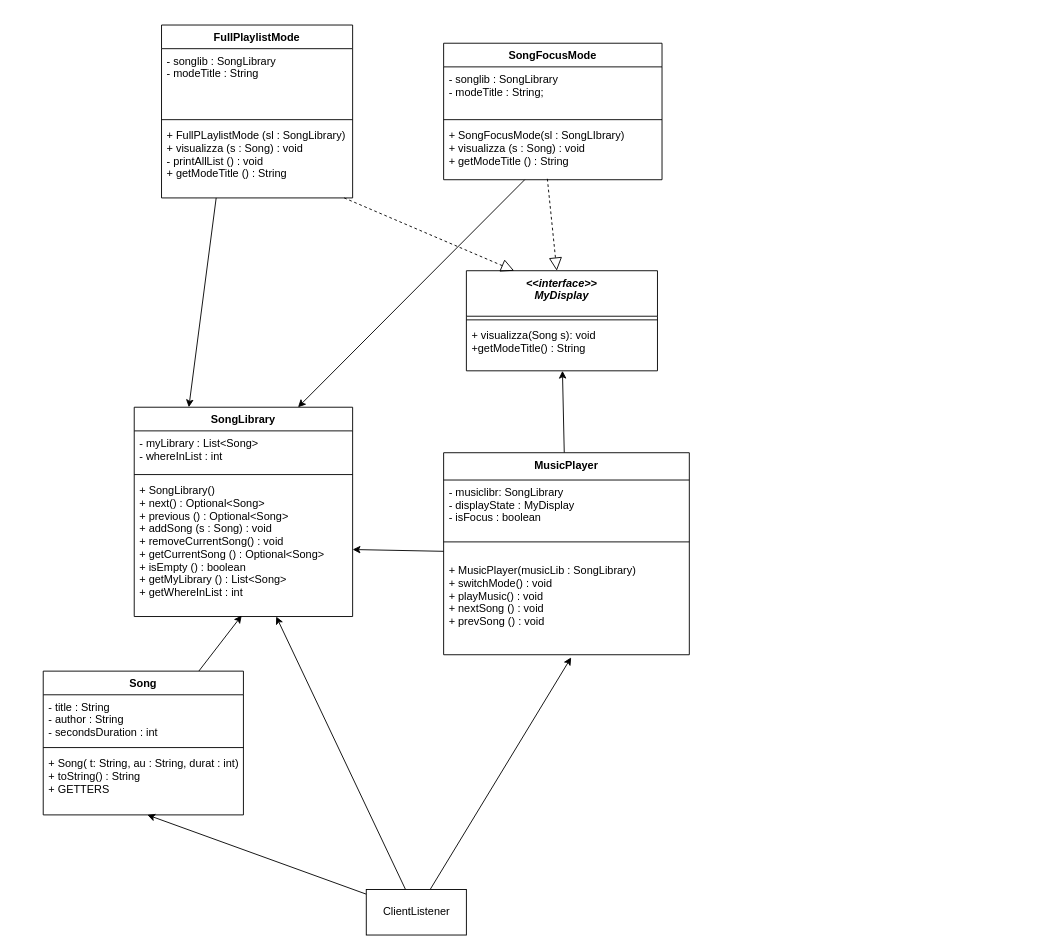
Before: MusicPlayer.drawio in belligerentcrow/MusicPlayerProject, a draw.io diagram. Source tidied: cells renumbered, new cells numbered last; positions are measured from the earlier drawing's top-left corner, leaving out a move shared by most shapes. Both pictures are drawn from the tidied source at 91%, with x=0, y=0 at pixel (43, 25).
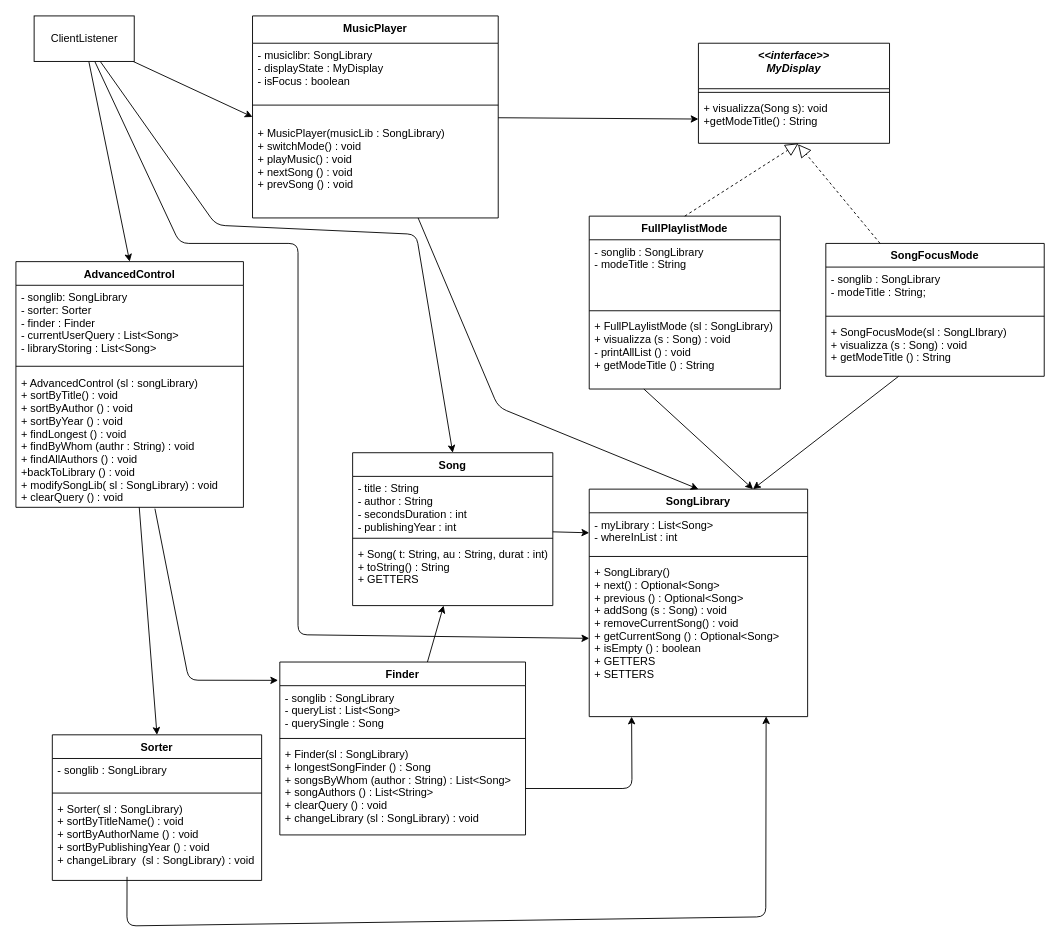
After the change.

Commit message (it also covers changes not shown here):
Update MusicPlayerProject UML

The change refers to these unchanged cells:
```xml
<mxCell id="4" value="+ visualizza(Song s): void&#10;+getModeTitle() : String" style="text;strokeColor=none;fillColor=none;align=left;verticalAlign=top;spacingLeft=4;spacingRight=4;overflow=hidden;points=[[0,0.5],[1,0.5]];portConstraint=eastwest;" parent="2" vertex="1">
  <mxGeometry y="58" width="210" height="52" as="geometry" />
</mxCell>
<mxCell id="6" value="- myLibrary : List&lt;Song&gt; &#10;- whereInList : int&#10;" style="text;strokeColor=none;fillColor=none;align=left;verticalAlign=top;spacingLeft=4;spacingRight=4;overflow=hidden;points=[[0,0.5],[1,0.5]];portConstraint=eastwest;" parent="5" vertex="1">
  <mxGeometry y="26" width="240" height="44" as="geometry" />
</mxCell>
<mxCell id="14" value="+ MusicPlayer(musicLib : SongLibrary)&#10;+ switchMode() : void&#10;+ playMusic() : void&#10;+ nextSong () : void&#10;+ prevSong () : void&#10;" style="text;strokeColor=none;fillColor=none;align=left;verticalAlign=top;spacingLeft=4;spacingRight=4;overflow=hidden;points=[[0,0.5],[1,0.5]];portConstraint=eastwest;" parent="11" vertex="1">
  <mxGeometry y="116" width="270" height="106" as="geometry" />
</mxCell>
<mxCell id="27" value="+ FullPLaylistMode (sl : SongLibrary) &#10;+ visualizza (s : Song) : void&#10;- printAllList () : void &#10;+ getModeTitle () : String" style="text;strokeColor=none;fillColor=none;align=left;verticalAlign=top;spacingLeft=4;spacingRight=4;overflow=hidden;points=[[0,0.5],[1,0.5]];portConstraint=eastwest;" parent="24" vertex="1">
  <mxGeometry y="108" width="210" height="82" as="geometry" />
</mxCell>
```

Diff of the diagram source:
```diff
@@
     <mxCell id="2" value="&lt;&lt;interface&gt;&gt;&#10;MyDisplay" style="swimlane;fontStyle=3;align=center;verticalAlign=top;horizontal=1;startSize=50;" parent="1" vertex="1">
-      <mxGeometry x="465" y="270" width="210" height="110" as="geometry" />
+      <mxGeometry x="720" y="20" width="210" height="110" as="geometry" />
     </mxCell>
@@
     <mxCell id="5" value="SongLibrary" style="swimlane;fontStyle=1;align=center;verticalAlign=top;horizontal=1;startSize=26;" parent="1" vertex="1">
-      <mxGeometry x="100" y="420" width="240" height="230" as="geometry" />
+      <mxGeometry x="600" y="510" width="240" height="250" as="geometry" />
     </mxCell>
@@
-    <mxCell id="8" value="+ SongLibrary()&#10;+ next() : Optional&lt;Song&gt;&#10;+ previous () : Optional&lt;Song&gt;&#10;+ addSong (s : Song) : void &#10;+ removeCurrentSong() : void &#10;+ getCurrentSong () : Optional&lt;Song&gt;&#10;+ isEmpty () : boolean&#10;+ getMyLibrary () : List&lt;Song&gt;&#10;+ getWhereInList : int" style="text;strokeColor=none;fillColor=none;align=left;verticalAlign=top;spacingLeft=4;spacingRight=4;overflow=hidden;points=[[0,0.5],[1,0.5]];portConstraint=eastwest;" parent="5" vertex="1">
-      <mxGeometry y="78" width="240" height="152" as="geometry" />
+    <mxCell id="8" value="+ SongLibrary()&#10;+ next() : Optional&lt;Song&gt;&#10;+ previous () : Optional&lt;Song&gt;&#10;+ addSong (s : Song) : void &#10;+ removeCurrentSong() : void &#10;+ getCurrentSong () : Optional&lt;Song&gt;&#10;+ isEmpty () : boolean&#10;+ GETTERS&#10;+ SETTERS" style="text;strokeColor=none;fillColor=none;align=left;verticalAlign=top;spacingLeft=4;spacingRight=4;overflow=hidden;points=[[0,0.5],[1,0.5]];portConstraint=eastwest;" parent="5" vertex="1">
+      <mxGeometry y="78" width="240" height="172" as="geometry" />
     </mxCell>
@@
-    <mxCell id="10" style="edgeStyle=none;html=1;" parent="1" edge="1" source="11" target="8">
-      <mxGeometry relative="1" as="geometry" />
+    <mxCell id="10" style="edgeStyle=none;html=1;entryX=0.5;entryY=0;entryDx=0;entryDy=0;" parent="1" edge="1" source="11" target="5">
+      <mxGeometry relative="1" as="geometry">
+        <Array as="points">
+          <mxPoint x="500" y="420" />
+        </Array>
+      </mxGeometry>
     </mxCell>
     <mxCell id="11" value="MusicPlayer" style="swimlane;fontStyle=1;align=center;verticalAlign=top;horizontal=1;startSize=30;" parent="1" vertex="1">
-      <mxGeometry x="440" y="470" width="270" height="222" as="geometry" />
+      <mxGeometry x="230" y="-10" width="270" height="222" as="geometry" />
     </mxCell>
@@
-    <mxCell id="15" style="edgeStyle=none;html=1;entryX=0.52;entryY=1;entryDx=0;entryDy=0;entryPerimeter=0;" parent="1" edge="1" source="18" target="23">
-      <mxGeometry relative="1" as="geometry" />
+    <mxCell id="15" style="edgeStyle=none;html=1;entryX=0.5;entryY=0;entryDx=0;entryDy=0;" parent="1" edge="1" source="18" target="20">
+      <mxGeometry relative="1" as="geometry">
+        <Array as="points">
+          <mxPoint x="190" y="220" />
+          <mxPoint x="410" y="230" />
+        </Array>
+      </mxGeometry>
     </mxCell>
-    <mxCell id="16" style="edgeStyle=none;html=1;entryX=0.519;entryY=1.028;entryDx=0;entryDy=0;entryPerimeter=0;" parent="1" edge="1" source="18" target="14">
+    <mxCell id="16" style="edgeStyle=none;html=1;entryX=0;entryY=0.5;entryDx=0;entryDy=0;" parent="1" edge="1" source="18" target="11">
       <mxGeometry relative="1" as="geometry" />
     </mxCell>
-    <mxCell id="17" style="edgeStyle=none;html=1;" parent="1" edge="1" source="18" target="8">
-      <mxGeometry relative="1" as="geometry" />
+    <mxCell id="17" style="edgeStyle=none;html=1;entryX=0;entryY=0.5;entryDx=0;entryDy=0;" parent="1" edge="1" source="18" target="8">
+      <mxGeometry relative="1" as="geometry">
+        <Array as="points">
+          <mxPoint x="150" y="240" />
+          <mxPoint x="280" y="240" />
+          <mxPoint x="280" y="670" />
+        </Array>
+      </mxGeometry>
     </mxCell>
+    <mxCell id="36" style="edgeStyle=none;html=1;entryX=0.5;entryY=0;entryDx=0;entryDy=0;" parent="1" edge="1" source="18" target="39">
+      <mxGeometry relative="1" as="geometry" />
+    </mxCell>
     <mxCell id="18" value="ClientListener" style="html=1;" parent="1" vertex="1">
-      <mxGeometry x="355" y="950" width="110" height="50" as="geometry" />
+      <mxGeometry x="-10" y="-10" width="110" height="50" as="geometry" />
     </mxCell>
-    <mxCell id="19" style="edgeStyle=none;html=1;entryX=0.492;entryY=0.993;entryDx=0;entryDy=0;entryPerimeter=0;" parent="1" edge="1" source="20" target="8">
+    <mxCell id="19" style="edgeStyle=none;html=1;entryX=0;entryY=0.5;entryDx=0;entryDy=0;" parent="1" edge="1" source="20" target="6">
       <mxGeometry relative="1" as="geometry" />
     </mxCell>
     <mxCell id="20" value="Song" style="swimlane;fontStyle=1;align=center;verticalAlign=top;horizontal=1;startSize=26;" parent="1" vertex="1">
-      <mxGeometry y="710" width="220" height="158" as="geometry" />
+      <mxGeometry x="340" y="470" width="220" height="168" as="geometry" />
     </mxCell>
-    <mxCell id="21" value="- title : String&#10;- author : String&#10;- secondsDuration : int" style="text;strokeColor=none;fillColor=none;align=left;verticalAlign=top;spacingLeft=4;spacingRight=4;overflow=hidden;" parent="20" vertex="1">
-      <mxGeometry y="26" width="220" height="54" as="geometry" />
+    <mxCell id="21" value="- title : String&#10;- author : String&#10;- secondsDuration : int&#10;- publishingYear : int" style="text;strokeColor=none;fillColor=none;align=left;verticalAlign=top;spacingLeft=4;spacingRight=4;overflow=hidden;" parent="20" vertex="1">
+      <mxGeometry y="26" width="220" height="64" as="geometry" />
     </mxCell>
     <mxCell id="22" style="line;strokeWidth=1;fillColor=none;align=left;verticalAlign=middle;spacingTop=-1;spacingLeft=3;spacingRight=3;labelPosition=right;strokeColor=inherit;" parent="20" vertex="1">
-      <mxGeometry y="80" width="220" height="8" as="geometry" />
+      <mxGeometry y="90" width="220" height="8" as="geometry" />
     </mxCell>
     <mxCell id="23" value="+ Song( t: String, au : String, durat : int)&#10;+ toString() : String&#10;+ GETTERS " style="text;strokeColor=none;fillColor=none;align=left;verticalAlign=top;spacingLeft=4;spacingRight=4;overflow=hidden;points=[[0,0.5],[1,0.5]];portConstraint=eastwest;" parent="20" vertex="1">
-      <mxGeometry y="88" width="220" height="70" as="geometry" />
+      <mxGeometry y="98" width="220" height="70" as="geometry" />
     </mxCell>
     <mxCell id="24" value="FullPlaylistMode" style="swimlane;fontStyle=1;align=center;verticalAlign=top;horizontal=1;startSize=26;" parent="1" vertex="1">
-      <mxGeometry x="130" width="210" height="190" as="geometry" />
+      <mxGeometry x="600" y="210" width="210" height="190" as="geometry" />
     </mxCell>
@@
     <mxCell id="28" value="SongFocusMode" style="swimlane;fontStyle=1;align=center;verticalAlign=top;horizontal=1;startSize=26;" parent="1" vertex="1">
-      <mxGeometry x="440" y="20" width="240" height="150" as="geometry" />
+      <mxGeometry x="860" y="240" width="240" height="146" as="geometry" />
     </mxCell>
     <mxCell id="29" value="- songlib : SongLibrary&#10;- modeTitle : String;&#10;" style="text;strokeColor=none;fillColor=none;align=left;verticalAlign=top;spacingLeft=4;spacingRight=4;overflow=hidden;" parent="28" vertex="1">
-      <mxGeometry y="26" width="240" height="54" as="geometry" />
+      <mxGeometry y="26" width="240" height="50" as="geometry" />
     </mxCell>
     <mxCell id="30" style="line;strokeWidth=1;fillColor=none;align=left;verticalAlign=middle;spacingTop=-1;spacingLeft=3;spacingRight=3;labelPosition=right;strokeColor=inherit;" parent="28" vertex="1">
-      <mxGeometry y="80" width="240" height="8" as="geometry" />
+      <mxGeometry y="76" width="240" height="8" as="geometry" />
     </mxCell>
     <mxCell id="31" value="+ SongFocusMode(sl : SongLIbrary)&#10;+ visualizza (s : Song) : void&#10;+ getModeTitle () : String " style="text;strokeColor=none;fillColor=none;align=left;verticalAlign=top;spacingLeft=4;spacingRight=4;overflow=hidden;points=[[0,0.5],[1,0.5]];portConstraint=eastwest;" parent="28" vertex="1">
-      <mxGeometry y="88" width="240" height="62" as="geometry" />
+      <mxGeometry y="84" width="240" height="62" as="geometry" />
     </mxCell>
-    <mxCell id="32" style="edgeStyle=none;html=1;entryX=0.25;entryY=0;entryDx=0;entryDy=0;exitX=0.286;exitY=1;exitDx=0;exitDy=0;exitPerimeter=0;" parent="1" edge="1" source="27" target="5">
+    <mxCell id="32" style="edgeStyle=none;html=1;entryX=0.75;entryY=0;entryDx=0;entryDy=0;exitX=0.286;exitY=1;exitDx=0;exitDy=0;exitPerimeter=0;" parent="1" edge="1" source="27" target="5">
       <mxGeometry relative="1" as="geometry" />
     </mxCell>
@@
-    <mxCell id="34" style="endArrow=block;dashed=1;endFill=0;endSize=12;html=1;exitX=0.475;exitY=0.984;exitDx=0;exitDy=0;exitPerimeter=0;" parent="1" edge="1" source="31" target="2">
+    <mxCell id="34" style="endArrow=block;dashed=1;endFill=0;endSize=12;html=1;entryX=0.521;entryY=1.018;entryDx=0;entryDy=0;entryPerimeter=0;" parent="1" edge="1" source="28" target="4">
       <mxGeometry relative="1" as="geometry" />
     </mxCell>
-    <mxCell id="35" style="endArrow=block;dashed=1;endFill=0;endSize=12;html=1;entryX=0.25;entryY=0;entryDx=0;entryDy=0;" parent="1" edge="1" source="27" target="2">
+    <mxCell id="35" style="endArrow=block;dashed=1;endFill=0;endSize=12;html=1;exitX=0.5;exitY=0;exitDx=0;exitDy=0;entryX=0.524;entryY=1;entryDx=0;entryDy=0;entryPerimeter=0;" parent="1" edge="1" source="24" target="4">
       <mxGeometry relative="1" as="geometry" />
     </mxCell>
+    <mxCell id="37" style="edgeStyle=none;html=1;entryX=0.5;entryY=0;entryDx=0;entryDy=0;" parent="1" edge="1" source="39" target="44">
+      <mxGeometry relative="1" as="geometry" />
+    </mxCell>
+    <mxCell id="38" style="edgeStyle=none;html=1;exitX=0.611;exitY=1.01;exitDx=0;exitDy=0;exitPerimeter=0;entryX=-0.007;entryY=0.106;entryDx=0;entryDy=0;entryPerimeter=0;" parent="1" edge="1" source="42" target="49">
+      <mxGeometry relative="1" as="geometry">
+        <Array as="points">
+          <mxPoint x="160" y="720" />
+        </Array>
+      </mxGeometry>
+    </mxCell>
+    <mxCell id="39" value="AdvancedControl" style="swimlane;fontStyle=1;align=center;verticalAlign=top;horizontal=1;startSize=26;" parent="1" vertex="1">
+      <mxGeometry x="-30" y="260" width="250" height="270" as="geometry" />
+    </mxCell>
+    <mxCell id="40" value="- songlib: SongLibrary&#10;- sorter: Sorter&#10;- finder : Finder&#10;- currentUserQuery : List&lt;Song&gt;&#10;- libraryStoring : List&lt;Song&gt;" style="text;strokeColor=none;fillColor=none;align=left;verticalAlign=top;spacingLeft=4;spacingRight=4;overflow=hidden;" parent="39" vertex="1">
+      <mxGeometry y="26" width="250" height="84" as="geometry" />
+    </mxCell>
+    <mxCell id="41" style="line;strokeWidth=1;fillColor=none;align=left;verticalAlign=middle;spacingTop=-1;spacingLeft=3;spacingRight=3;labelPosition=right;strokeColor=inherit;" parent="39" vertex="1">
+      <mxGeometry y="110" width="250" height="10" as="geometry" />
+    </mxCell>
+    <mxCell id="42" value="+ AdvancedControl (sl : songLibrary) &#10;+ sortByTitle() : void&#10;+ sortByAuthor () : void&#10;+ sortByYear () : void&#10;+ findLongest () : void&#10;+ findByWhom (authr : String) : void&#10;+ findAllAuthors () : void&#10;+backToLibrary () : void&#10;+ modifySongLib( sl : SongLibrary) : void&#10;+ clearQuery () : void&#10;" style="text;strokeColor=none;fillColor=none;align=left;verticalAlign=top;spacingLeft=4;spacingRight=4;overflow=hidden;points=[[0,0.5],[1,0.5]];portConstraint=eastwest;" parent="39" vertex="1">
+      <mxGeometry y="120" width="250" height="150" as="geometry" />
+    </mxCell>
+    <mxCell id="43" style="edgeStyle=none;html=1;exitX=0.357;exitY=0.957;exitDx=0;exitDy=0;exitPerimeter=0;entryX=0.81;entryY=0.998;entryDx=0;entryDy=0;entryPerimeter=0;" parent="1" edge="1" source="47" target="8">
+      <mxGeometry relative="1" as="geometry">
+        <Array as="points">
+          <mxPoint x="92" y="990" />
+          <mxPoint x="794" y="980" />
+        </Array>
+      </mxGeometry>
+    </mxCell>
+    <mxCell id="44" value="Sorter" style="swimlane;fontStyle=1;align=center;verticalAlign=top;horizontal=1;startSize=26;" parent="1" vertex="1">
+      <mxGeometry x="10" y="780" width="230" height="160" as="geometry" />
+    </mxCell>
+    <mxCell id="45" value="- songlib : SongLibrary&#10;" style="text;strokeColor=none;fillColor=none;align=left;verticalAlign=top;spacingLeft=4;spacingRight=4;overflow=hidden;" parent="44" vertex="1">
+      <mxGeometry y="26" width="230" height="34" as="geometry" />
+    </mxCell>
+    <mxCell id="46" style="line;strokeWidth=1;fillColor=none;align=left;verticalAlign=middle;spacingTop=-1;spacingLeft=3;spacingRight=3;labelPosition=right;strokeColor=inherit;" parent="44" vertex="1">
+      <mxGeometry y="60" width="230" height="8" as="geometry" />
+    </mxCell>
+    <mxCell id="47" value="+ Sorter( sl : SongLibrary) &#10;+ sortByTitleName() : void&#10;+ sortByAuthorName () : void&#10;+ sortByPublishingYear () : void&#10;+ changeLibrary  (sl : SongLibrary) : void" style="text;strokeColor=none;fillColor=none;align=left;verticalAlign=top;spacingLeft=4;spacingRight=4;overflow=hidden;points=[[0,0.5],[1,0.5]];portConstraint=eastwest;" parent="44" vertex="1">
+      <mxGeometry y="68" width="230" height="92" as="geometry" />
+    </mxCell>
+    <mxCell id="48" style="edgeStyle=none;html=1;" parent="1" edge="1" source="49" target="23">
+      <mxGeometry relative="1" as="geometry" />
+    </mxCell>
+    <mxCell id="49" value="Finder" style="swimlane;fontStyle=1;align=center;verticalAlign=top;horizontal=1;startSize=26;" parent="1" vertex="1">
+      <mxGeometry x="260" y="700" width="270" height="190" as="geometry" />
+    </mxCell>
+    <mxCell id="50" value="- songlib : SongLibrary&#10;- queryList : List&lt;Song&gt;&#10;- querySingle : Song" style="text;strokeColor=none;fillColor=none;align=left;verticalAlign=top;spacingLeft=4;spacingRight=4;overflow=hidden;" parent="49" vertex="1">
+      <mxGeometry y="26" width="270" height="54" as="geometry" />
+    </mxCell>
+    <mxCell id="51" style="line;strokeWidth=1;fillColor=none;align=left;verticalAlign=middle;spacingTop=-1;spacingLeft=3;spacingRight=3;labelPosition=right;strokeColor=inherit;" parent="49" vertex="1">
+      <mxGeometry y="80" width="270" height="8" as="geometry" />
+    </mxCell>
+    <mxCell id="52" value="+ Finder(sl : SongLibrary) &#10;+ longestSongFinder () : Song&#10;+ songsByWhom (author : String) : List&lt;Song&gt;&#10;+ songAuthors () : List&lt;String&gt;&#10;+ clearQuery () : void&#10;+ changeLibrary (sl : SongLibrary) : void&#10;&#10;" style="text;strokeColor=none;fillColor=none;align=left;verticalAlign=top;spacingLeft=4;spacingRight=4;overflow=hidden;points=[[0,0.5],[1,0.5]];portConstraint=eastwest;" parent="49" vertex="1">
+      <mxGeometry y="88" width="270" height="102" as="geometry" />
+    </mxCell>
+    <mxCell id="53" style="edgeStyle=none;html=1;entryX=0.194;entryY=1;entryDx=0;entryDy=0;entryPerimeter=0;" parent="1" edge="1" source="52" target="8">
+      <mxGeometry relative="1" as="geometry">
+        <Array as="points">
+          <mxPoint x="647" y="839" />
+        </Array>
+      </mxGeometry>
+    </mxCell>
```
